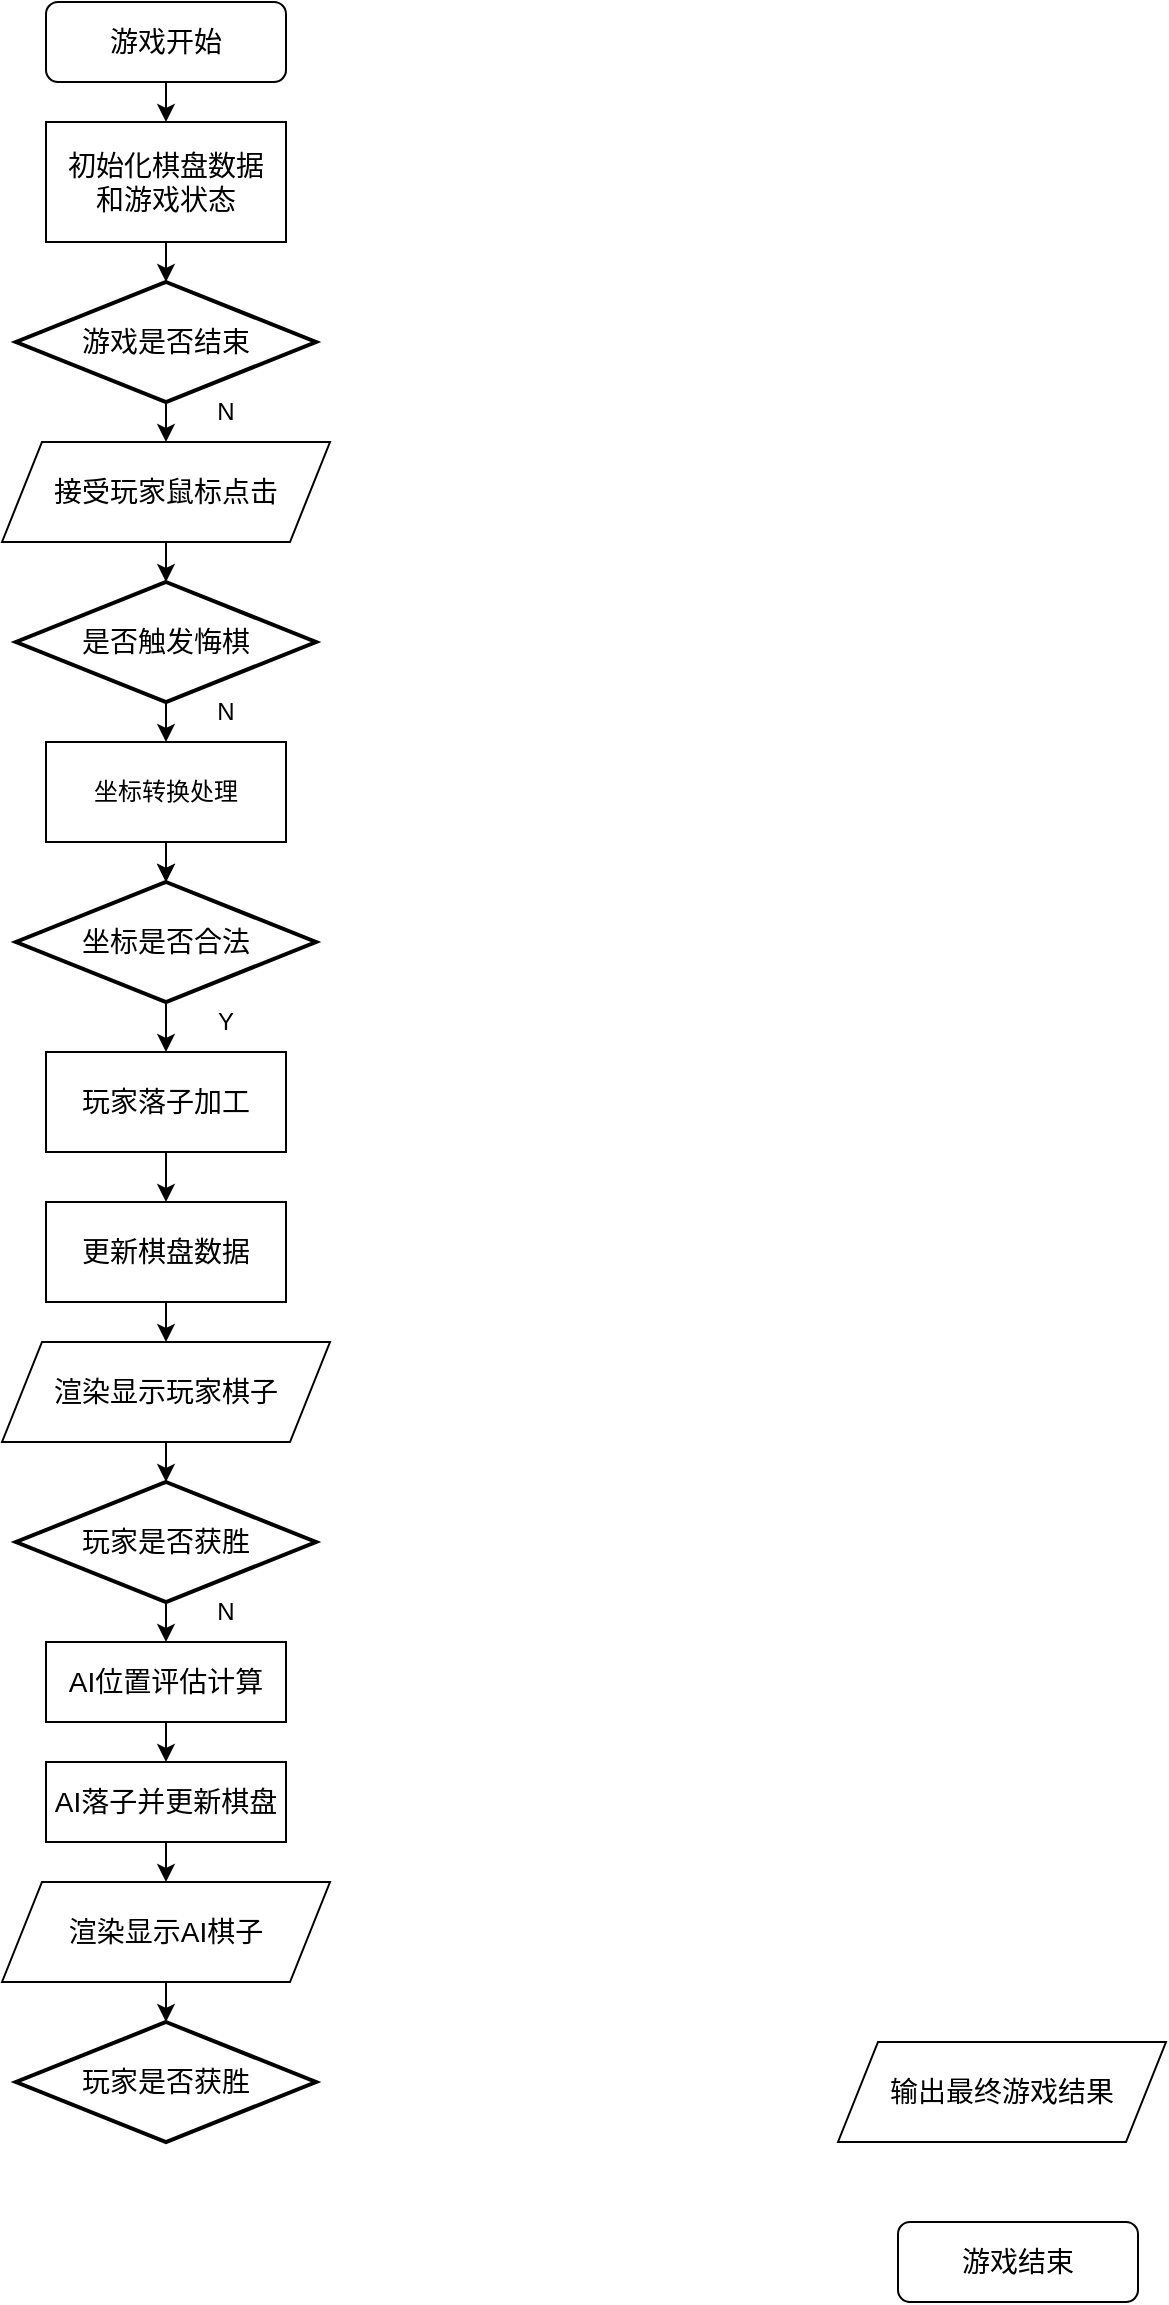
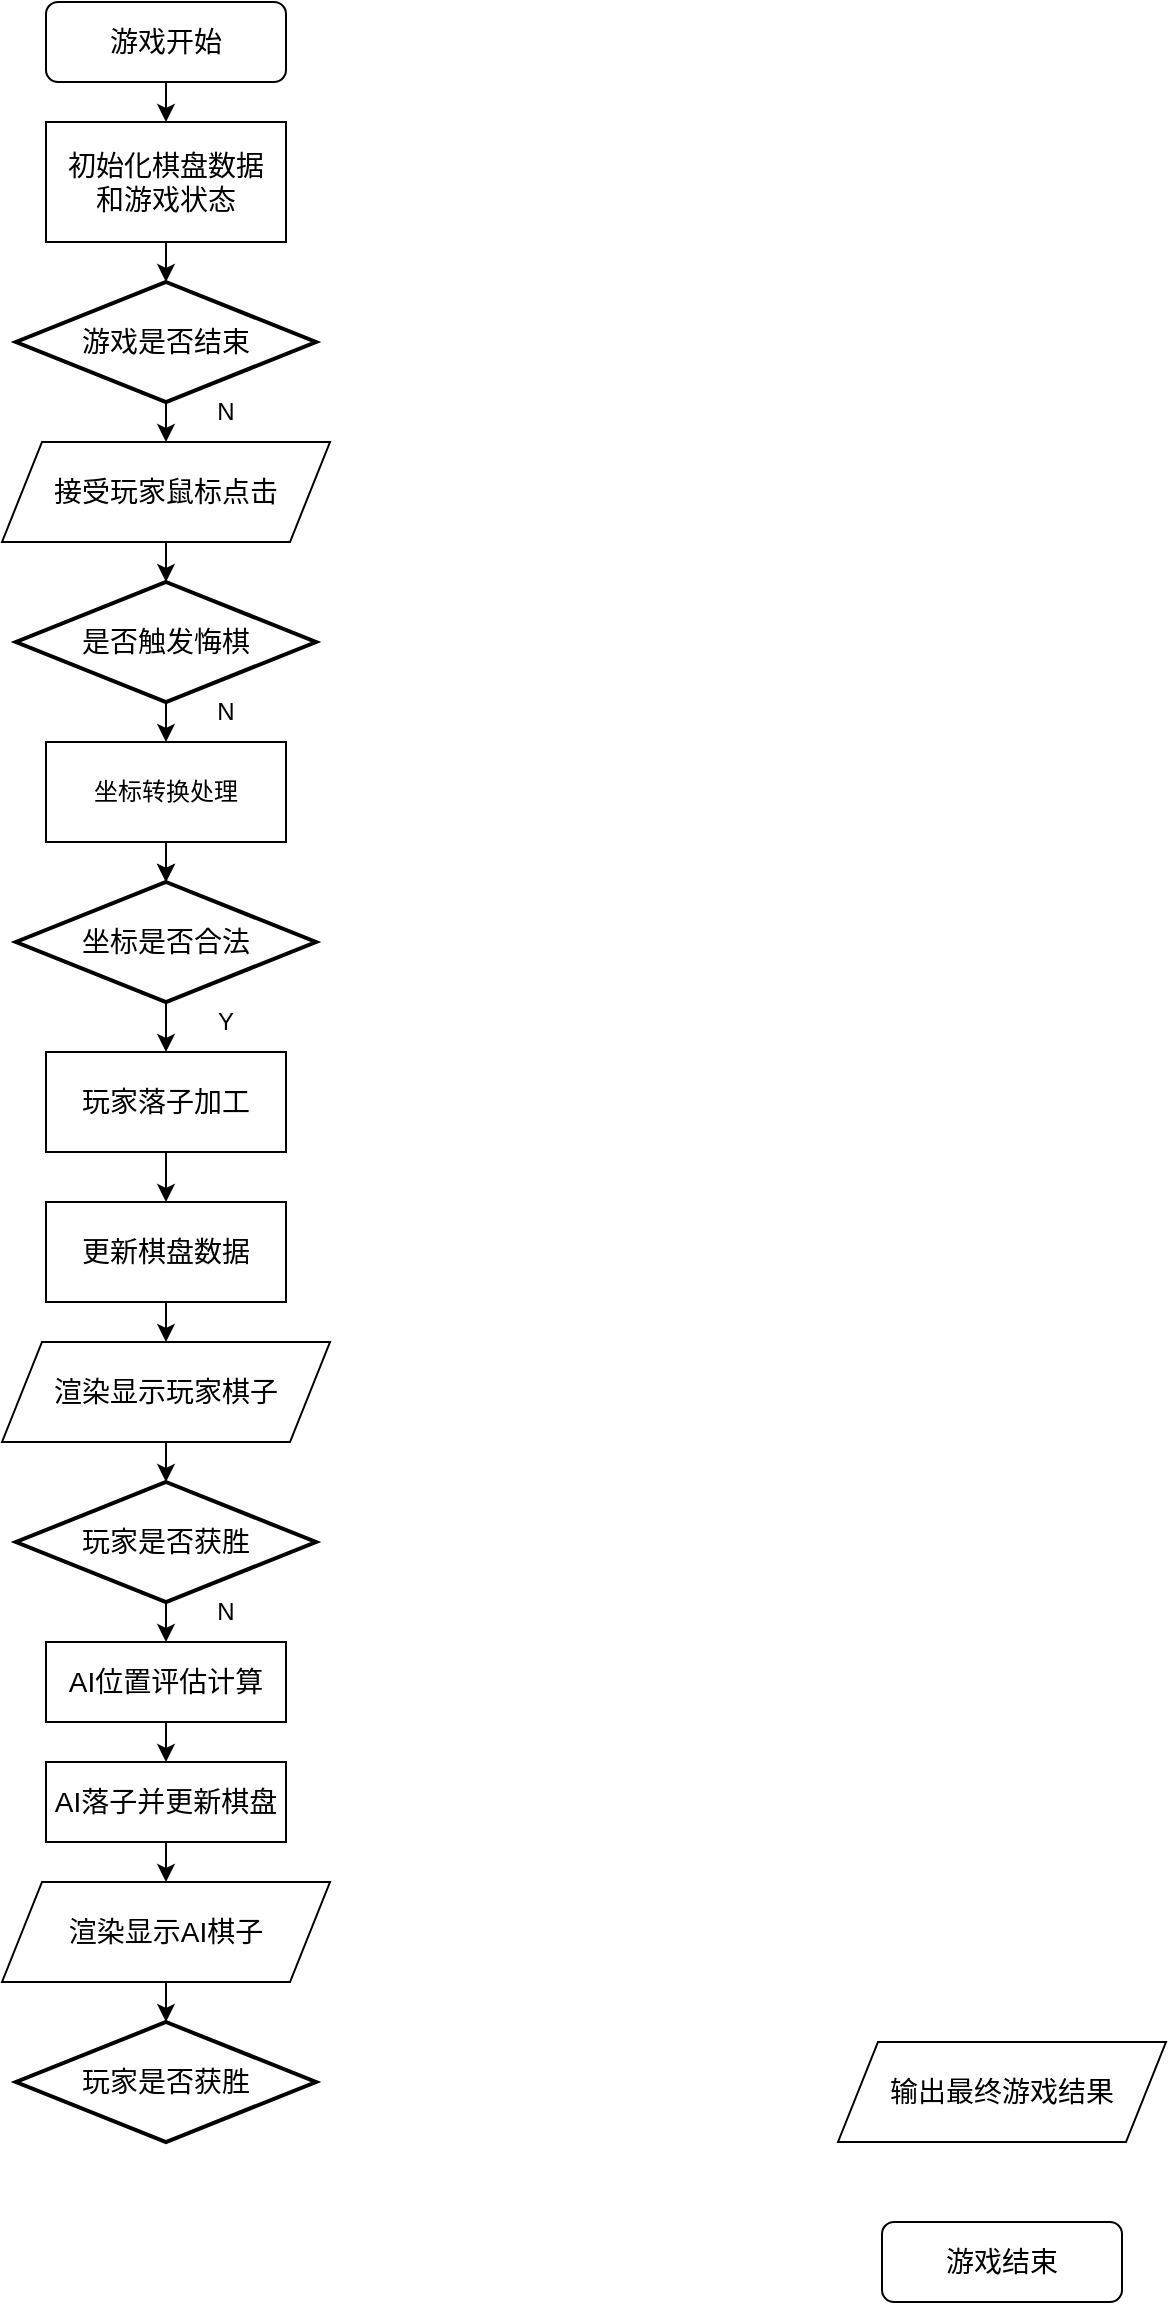
<mxfile host="app.diagrams.net">
  <diagram name="Page-1" id="Ut53iUmTTLsHKbGdxMO9">
    <mxGraphModel dx="2054" dy="1198" grid="1" gridSize="10" guides="1" tooltips="1" connect="1" arrows="1" fold="1" page="1" pageScale="1" pageWidth="827" pageHeight="1169" math="0" shadow="0">
      <root>
        <mxCell id="0" />
        <mxCell id="1" parent="0" />
        <mxCell id="LBzLqDpE-ghOYlSVNWWL-11" edge="1" parent="1" source="LBzLqDpE-ghOYlSVNWWL-4" style="edgeStyle=orthogonalEdgeStyle;rounded=0;orthogonalLoop=1;jettySize=auto;html=1;exitX=0.5;exitY=1;exitDx=0;exitDy=0;exitPerimeter=0;entryX=0.5;entryY=0;entryDx=0;entryDy=0;" target="LBzLqDpE-ghOYlSVNWWL-9">
          <mxGeometry relative="1" as="geometry" />
        </mxCell>
        <mxCell id="LBzLqDpE-ghOYlSVNWWL-4" parent="1" style="strokeWidth=2;html=1;shape=mxgraph.flowchart.decision;whiteSpace=wrap;" value="&lt;font style=&quot;font-size: 14px;&quot;&gt;游戏是否结束&lt;/font&gt;" vertex="1">
          <mxGeometry height="60" width="150" x="219" y="150" as="geometry" />
        </mxCell>
        <mxCell id="LBzLqDpE-ghOYlSVNWWL-5" edge="1" parent="1" source="LBzLqDpE-ghOYlSVNWWL-6" style="edgeStyle=orthogonalEdgeStyle;rounded=0;orthogonalLoop=1;jettySize=auto;html=1;exitX=0.5;exitY=1;exitDx=0;exitDy=0;entryX=0.5;entryY=0;entryDx=0;entryDy=0;entryPerimeter=0;" target="LBzLqDpE-ghOYlSVNWWL-4">
          <mxGeometry relative="1" as="geometry">
            <mxPoint x="414" y="200" as="sourcePoint" />
          </mxGeometry>
        </mxCell>
        <mxCell id="LBzLqDpE-ghOYlSVNWWL-6" parent="1" style="rounded=0;whiteSpace=wrap;html=1;" value="&lt;font style=&quot;font-size: 14px;&quot;&gt;初始化棋盘数据&lt;/font&gt;&lt;div&gt;&lt;span style=&quot;font-size: 14px; background-color: transparent; color: light-dark(rgb(0, 0, 0), rgb(255, 255, 255));&quot;&gt;和游戏状态&lt;/span&gt;&lt;/div&gt;" vertex="1">
          <mxGeometry height="60" width="120" x="234" y="70" as="geometry" />
        </mxCell>
        <mxCell id="LBzLqDpE-ghOYlSVNWWL-8" edge="1" parent="1" source="LBzLqDpE-ghOYlSVNWWL-7" style="edgeStyle=orthogonalEdgeStyle;rounded=0;orthogonalLoop=1;jettySize=auto;html=1;exitX=0.5;exitY=1;exitDx=0;exitDy=0;entryX=0.5;entryY=0;entryDx=0;entryDy=0;" target="LBzLqDpE-ghOYlSVNWWL-6">
          <mxGeometry relative="1" as="geometry" />
        </mxCell>
        <mxCell id="LBzLqDpE-ghOYlSVNWWL-7" parent="1" style="rounded=1;whiteSpace=wrap;html=1;" value="&lt;font style=&quot;font-size: 14px;&quot;&gt;游戏开始&lt;/font&gt;" vertex="1">
          <mxGeometry height="40" width="120" x="234" y="10" as="geometry" />
        </mxCell>
        <mxCell id="LBzLqDpE-ghOYlSVNWWL-9" parent="1" style="shape=parallelogram;perimeter=parallelogramPerimeter;whiteSpace=wrap;html=1;fixedSize=1;" value="&lt;font style=&quot;font-size: 14px;&quot;&gt;接受玩家鼠标点击&lt;/font&gt;" vertex="1">
          <mxGeometry height="50" width="164" x="212" y="230" as="geometry" />
        </mxCell>
        <mxCell id="LBzLqDpE-ghOYlSVNWWL-12" parent="1" style="text;html=1;whiteSpace=wrap;strokeColor=none;fillColor=none;align=center;verticalAlign=middle;rounded=0;" value="N" vertex="1">
          <mxGeometry height="30" width="60" x="294" y="200" as="geometry" />
        </mxCell>
        <mxCell id="LBzLqDpE-ghOYlSVNWWL-16" edge="1" parent="1" source="LBzLqDpE-ghOYlSVNWWL-13" style="edgeStyle=orthogonalEdgeStyle;rounded=0;orthogonalLoop=1;jettySize=auto;html=1;exitX=0.5;exitY=1;exitDx=0;exitDy=0;exitPerimeter=0;entryX=0.5;entryY=0;entryDx=0;entryDy=0;" target="LBzLqDpE-ghOYlSVNWWL-15">
          <mxGeometry relative="1" as="geometry" />
        </mxCell>
        <mxCell id="LBzLqDpE-ghOYlSVNWWL-13" parent="1" style="strokeWidth=2;html=1;shape=mxgraph.flowchart.decision;whiteSpace=wrap;" value="&lt;font style=&quot;font-size: 14px;&quot;&gt;是否触发悔棋&lt;/font&gt;" vertex="1">
          <mxGeometry height="60" width="150" x="219" y="300" as="geometry" />
        </mxCell>
        <mxCell id="LBzLqDpE-ghOYlSVNWWL-14" edge="1" parent="1" source="LBzLqDpE-ghOYlSVNWWL-9" style="edgeStyle=orthogonalEdgeStyle;rounded=0;orthogonalLoop=1;jettySize=auto;html=1;exitX=0.5;exitY=1;exitDx=0;exitDy=0;entryX=0.5;entryY=0;entryDx=0;entryDy=0;entryPerimeter=0;" target="LBzLqDpE-ghOYlSVNWWL-13">
          <mxGeometry relative="1" as="geometry" />
        </mxCell>
        <mxCell id="LBzLqDpE-ghOYlSVNWWL-28" edge="1" parent="1" source="LBzLqDpE-ghOYlSVNWWL-15" style="edgeStyle=orthogonalEdgeStyle;rounded=0;orthogonalLoop=1;jettySize=auto;html=1;entryX=0.5;entryY=0;entryDx=0;entryDy=0;entryPerimeter=0;" target="LBzLqDpE-ghOYlSVNWWL-18" value="">
          <mxGeometry relative="1" as="geometry" />
        </mxCell>
        <mxCell id="LBzLqDpE-ghOYlSVNWWL-15" parent="1" style="rounded=0;whiteSpace=wrap;html=1;" value="坐标转换处理" vertex="1">
          <mxGeometry height="50" width="120" x="234" y="380" as="geometry" />
        </mxCell>
        <mxCell id="LBzLqDpE-ghOYlSVNWWL-17" parent="1" style="text;html=1;whiteSpace=wrap;strokeColor=none;fillColor=none;align=center;verticalAlign=middle;rounded=0;" value="N" vertex="1">
          <mxGeometry height="30" width="60" x="294" y="350" as="geometry" />
        </mxCell>
        <mxCell id="LBzLqDpE-ghOYlSVNWWL-22" edge="1" parent="1" source="LBzLqDpE-ghOYlSVNWWL-18" style="edgeStyle=orthogonalEdgeStyle;rounded=0;orthogonalLoop=1;jettySize=auto;html=1;exitX=0.5;exitY=1;exitDx=0;exitDy=0;exitPerimeter=0;entryX=0.5;entryY=0;entryDx=0;entryDy=0;" target="LBzLqDpE-ghOYlSVNWWL-21">
          <mxGeometry relative="1" as="geometry" />
        </mxCell>
        <mxCell id="LBzLqDpE-ghOYlSVNWWL-18" parent="1" style="strokeWidth=2;html=1;shape=mxgraph.flowchart.decision;whiteSpace=wrap;" value="&lt;font style=&quot;font-size: 14px;&quot;&gt;坐标是否合法&lt;/font&gt;" vertex="1">
          <mxGeometry height="60" width="150" x="219" y="450" as="geometry" />
        </mxCell>
        <mxCell id="LBzLqDpE-ghOYlSVNWWL-20" edge="1" parent="1" source="LBzLqDpE-ghOYlSVNWWL-15" style="edgeStyle=orthogonalEdgeStyle;rounded=0;orthogonalLoop=1;jettySize=auto;html=1;exitX=0.5;exitY=1;exitDx=0;exitDy=0;entryX=0.5;entryY=0;entryDx=0;entryDy=0;entryPerimeter=0;" target="LBzLqDpE-ghOYlSVNWWL-18">
          <mxGeometry relative="1" as="geometry" />
        </mxCell>
        <mxCell id="LBzLqDpE-ghOYlSVNWWL-25" edge="1" parent="1" source="LBzLqDpE-ghOYlSVNWWL-21" style="edgeStyle=orthogonalEdgeStyle;rounded=0;orthogonalLoop=1;jettySize=auto;html=1;exitX=0.5;exitY=1;exitDx=0;exitDy=0;entryX=0.5;entryY=0;entryDx=0;entryDy=0;" target="LBzLqDpE-ghOYlSVNWWL-24">
          <mxGeometry relative="1" as="geometry" />
        </mxCell>
        <mxCell id="LBzLqDpE-ghOYlSVNWWL-21" parent="1" style="rounded=0;whiteSpace=wrap;html=1;" value="&lt;font style=&quot;font-size: 14px;&quot;&gt;玩家落子加工&lt;/font&gt;" vertex="1">
          <mxGeometry height="50" width="120" x="234" y="535" as="geometry" />
        </mxCell>
        <mxCell id="LBzLqDpE-ghOYlSVNWWL-23" parent="1" style="text;html=1;whiteSpace=wrap;strokeColor=none;fillColor=none;align=center;verticalAlign=middle;rounded=0;" value="Y" vertex="1">
          <mxGeometry height="30" width="60" x="294" y="505" as="geometry" />
        </mxCell>
        <mxCell id="LBzLqDpE-ghOYlSVNWWL-27" edge="1" parent="1" source="LBzLqDpE-ghOYlSVNWWL-24" style="edgeStyle=orthogonalEdgeStyle;rounded=0;orthogonalLoop=1;jettySize=auto;html=1;exitX=0.5;exitY=1;exitDx=0;exitDy=0;entryX=0.5;entryY=0;entryDx=0;entryDy=0;" target="LBzLqDpE-ghOYlSVNWWL-26">
          <mxGeometry relative="1" as="geometry" />
        </mxCell>
        <mxCell id="LBzLqDpE-ghOYlSVNWWL-24" parent="1" style="rounded=0;whiteSpace=wrap;html=1;" value="&lt;font style=&quot;font-size: 14px;&quot;&gt;更新棋盘数据&lt;/font&gt;" vertex="1">
          <mxGeometry height="50" width="120" x="234" y="610" as="geometry" />
        </mxCell>
        <mxCell id="LBzLqDpE-ghOYlSVNWWL-26" parent="1" style="shape=parallelogram;perimeter=parallelogramPerimeter;whiteSpace=wrap;html=1;fixedSize=1;" value="&lt;font style=&quot;font-size: 14px;&quot;&gt;渲染显示玩家棋子&lt;/font&gt;" vertex="1">
          <mxGeometry height="50" width="164" x="212" y="680" as="geometry" />
        </mxCell>
        <mxCell id="LBzLqDpE-ghOYlSVNWWL-33" edge="1" parent="1" source="LBzLqDpE-ghOYlSVNWWL-30" style="edgeStyle=orthogonalEdgeStyle;rounded=0;orthogonalLoop=1;jettySize=auto;html=1;exitX=0.5;exitY=1;exitDx=0;exitDy=0;exitPerimeter=0;entryX=0.5;entryY=0;entryDx=0;entryDy=0;" target="LBzLqDpE-ghOYlSVNWWL-32">
          <mxGeometry relative="1" as="geometry" />
        </mxCell>
        <mxCell id="LBzLqDpE-ghOYlSVNWWL-30" parent="1" style="strokeWidth=2;html=1;shape=mxgraph.flowchart.decision;whiteSpace=wrap;" value="&lt;font style=&quot;font-size: 14px;&quot;&gt;玩家是否获胜&lt;/font&gt;" vertex="1">
          <mxGeometry height="60" width="150" x="219" y="750" as="geometry" />
        </mxCell>
        <mxCell id="LBzLqDpE-ghOYlSVNWWL-31" edge="1" parent="1" source="LBzLqDpE-ghOYlSVNWWL-26" style="edgeStyle=orthogonalEdgeStyle;rounded=0;orthogonalLoop=1;jettySize=auto;html=1;exitX=0.5;exitY=1;exitDx=0;exitDy=0;entryX=0.5;entryY=0;entryDx=0;entryDy=0;entryPerimeter=0;" target="LBzLqDpE-ghOYlSVNWWL-30">
          <mxGeometry relative="1" as="geometry" />
        </mxCell>
        <mxCell id="LBzLqDpE-ghOYlSVNWWL-37" edge="1" parent="1" source="LBzLqDpE-ghOYlSVNWWL-32" style="edgeStyle=orthogonalEdgeStyle;rounded=0;orthogonalLoop=1;jettySize=auto;html=1;exitX=0.5;exitY=1;exitDx=0;exitDy=0;entryX=0.5;entryY=0;entryDx=0;entryDy=0;" target="LBzLqDpE-ghOYlSVNWWL-35">
          <mxGeometry relative="1" as="geometry" />
        </mxCell>
        <mxCell id="LBzLqDpE-ghOYlSVNWWL-32" parent="1" style="rounded=0;whiteSpace=wrap;html=1;" value="&lt;font style=&quot;font-size: 14px;&quot;&gt;AI位置评估计算&lt;/font&gt;" vertex="1">
          <mxGeometry height="40" width="120" x="234" y="830" as="geometry" />
        </mxCell>
        <mxCell id="LBzLqDpE-ghOYlSVNWWL-34" parent="1" style="text;html=1;whiteSpace=wrap;strokeColor=none;fillColor=none;align=center;verticalAlign=middle;rounded=0;" value="N" vertex="1">
          <mxGeometry height="30" width="60" x="294" y="800" as="geometry" />
        </mxCell>
        <mxCell id="LBzLqDpE-ghOYlSVNWWL-39" edge="1" parent="1" source="LBzLqDpE-ghOYlSVNWWL-35" style="edgeStyle=orthogonalEdgeStyle;rounded=0;orthogonalLoop=1;jettySize=auto;html=1;exitX=0.5;exitY=1;exitDx=0;exitDy=0;entryX=0.5;entryY=0;entryDx=0;entryDy=0;" target="LBzLqDpE-ghOYlSVNWWL-38">
          <mxGeometry relative="1" as="geometry" />
        </mxCell>
        <mxCell id="LBzLqDpE-ghOYlSVNWWL-35" parent="1" style="rounded=0;whiteSpace=wrap;html=1;" value="&lt;font style=&quot;font-size: 14px;&quot;&gt;AI落子并更新棋盘&lt;/font&gt;" vertex="1">
          <mxGeometry height="40" width="120" x="234" y="890" as="geometry" />
        </mxCell>
        <mxCell id="LBzLqDpE-ghOYlSVNWWL-38" parent="1" style="shape=parallelogram;perimeter=parallelogramPerimeter;whiteSpace=wrap;html=1;fixedSize=1;" value="&lt;font style=&quot;font-size: 14px;&quot;&gt;渲染显示AI棋子&lt;/font&gt;" vertex="1">
          <mxGeometry height="50" width="164" x="212" y="950" as="geometry" />
        </mxCell>
        <mxCell id="LBzLqDpE-ghOYlSVNWWL-40" parent="1" style="strokeWidth=2;html=1;shape=mxgraph.flowchart.decision;whiteSpace=wrap;" value="&lt;font style=&quot;font-size: 14px;&quot;&gt;玩家是否获胜&lt;/font&gt;" vertex="1">
          <mxGeometry height="60" width="150" x="219" y="1020" as="geometry" />
        </mxCell>
        <mxCell id="LBzLqDpE-ghOYlSVNWWL-41" edge="1" parent="1" source="LBzLqDpE-ghOYlSVNWWL-38" style="edgeStyle=orthogonalEdgeStyle;rounded=0;orthogonalLoop=1;jettySize=auto;html=1;exitX=0.5;exitY=1;exitDx=0;exitDy=0;entryX=0.5;entryY=0;entryDx=0;entryDy=0;entryPerimeter=0;" target="LBzLqDpE-ghOYlSVNWWL-40">
          <mxGeometry relative="1" as="geometry" />
        </mxCell>
        <mxCell id="LBzLqDpE-ghOYlSVNWWL-42" parent="1" style="shape=parallelogram;perimeter=parallelogramPerimeter;whiteSpace=wrap;html=1;fixedSize=1;" value="&lt;font style=&quot;font-size: 14px;&quot;&gt;输出最终游戏结果&lt;/font&gt;" vertex="1">
          <mxGeometry height="50" width="164" x="630" y="1030" as="geometry" />
        </mxCell>
        <mxCell id="LBzLqDpE-ghOYlSVNWWL-43" parent="1" style="rounded=1;whiteSpace=wrap;html=1;" value="&lt;font style=&quot;font-size: 14px;&quot;&gt;游戏结束&lt;/font&gt;" vertex="1">
-           <mxGeometry height="40" width="120" x="660" y="1120" as="geometry" />
+           <mxGeometry height="40" width="120" x="652" y="1120" as="geometry" />
        </mxCell>
      </root>
    </mxGraphModel>
  </diagram>
</mxfile>
